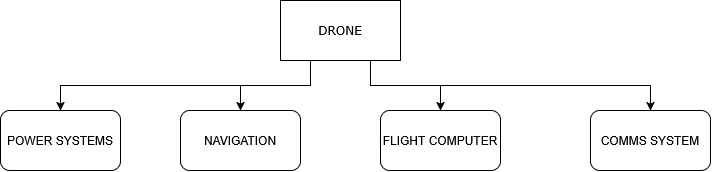
Before: Drone.drawio.png, a diagram exported from draw.io (usenyilmaz/slave-labor). Source tidied: cells renumbered, new cells last; positions are measured from the earlier drawing's top-left corner, leaving out a move shared by most shapes. Its diagram source:
```xml
<mxGraphModel>
  <root>
    <mxCell id="0" />
    <mxCell id="1" parent="0" />
    <mxCell id="2" style="edgeStyle=orthogonalEdgeStyle;rounded=0;jettySize=auto;html=1;exitX=0;exitY=1;exitDx=0;exitDy=0;entryX=0.5;entryY=0;entryDx=0;entryDy=0;" parent="1" edge="1" source="6" target="7">
      <mxGeometry relative="1" as="geometry">
        <Array as="points">
          <mxPoint x="310" y="60" />
          <mxPoint x="310" y="85" />
          <mxPoint x="60" y="85" />
        </Array>
      </mxGeometry>
    </mxCell>
    <mxCell id="3" style="edgeStyle=orthogonalEdgeStyle;rounded=0;jettySize=auto;html=1;exitX=0.25;exitY=1;exitDx=0;exitDy=0;entryX=0.5;entryY=0;entryDx=0;entryDy=0;" parent="1" edge="1" source="6" target="8">
      <mxGeometry relative="1" as="geometry" />
    </mxCell>
    <mxCell id="4" style="edgeStyle=orthogonalEdgeStyle;rounded=0;jettySize=auto;html=1;exitX=0.75;exitY=1;exitDx=0;exitDy=0;entryX=0.5;entryY=0;entryDx=0;entryDy=0;" parent="1" edge="1" source="6" target="9">
      <mxGeometry relative="1" as="geometry" />
    </mxCell>
    <mxCell id="5" style="edgeStyle=orthogonalEdgeStyle;rounded=0;jettySize=auto;html=1;exitX=1;exitY=1;exitDx=0;exitDy=0;" parent="1" edge="1" source="6" target="10">
      <mxGeometry relative="1" as="geometry">
        <Array as="points">
          <mxPoint x="370" y="60" />
          <mxPoint x="370" y="85" />
          <mxPoint x="650" y="85" />
        </Array>
      </mxGeometry>
    </mxCell>
    <mxCell id="6" value="&lt;font face=&quot;Verdana&quot;&gt;DRONE&lt;/font&gt;" style="rounded=0;whiteSpace=wrap;html=1;" parent="1" vertex="1">
      <mxGeometry x="280" width="120" height="60" as="geometry" />
    </mxCell>
    <mxCell id="7" value="POWER SYSTEMS" style="rounded=1;whiteSpace=wrap;html=1;" parent="1" vertex="1">
      <mxGeometry y="110" width="120" height="60" as="geometry" />
    </mxCell>
    <mxCell id="8" value="NAVIGATION" style="rounded=1;whiteSpace=wrap;html=1;" parent="1" vertex="1">
      <mxGeometry x="180" y="110" width="120" height="60" as="geometry" />
    </mxCell>
    <mxCell id="9" value="FLIGHT COMPUTER" style="rounded=1;whiteSpace=wrap;html=1;" parent="1" vertex="1">
      <mxGeometry x="380" y="110" width="120" height="60" as="geometry" />
    </mxCell>
    <mxCell id="10" value="COMMS SYSTEM" style="rounded=1;whiteSpace=wrap;html=1;" parent="1" vertex="1">
      <mxGeometry x="590" y="110" width="120" height="60" as="geometry" />
    </mxCell>
  </root>
</mxGraphModel>
```
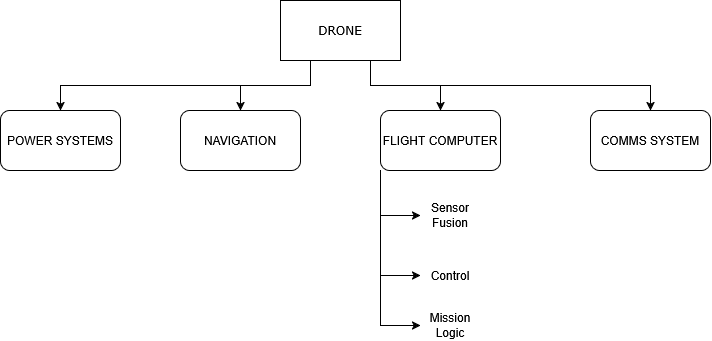
Later version of the same file.

Diff of the diagram source:
```diff
@@ -35,11 +35,29 @@
     <mxCell id="8" value="NAVIGATION" style="rounded=1;whiteSpace=wrap;html=1;" parent="1" vertex="1">
       <mxGeometry x="180" y="110" width="120" height="60" as="geometry" />
     </mxCell>
+    <mxCell id="11" style="edgeStyle=orthogonalEdgeStyle;rounded=0;jettySize=auto;html=1;exitX=0;exitY=1;exitDx=0;exitDy=0;entryX=0;entryY=0.5;entryDx=0;entryDy=0;" parent="1" edge="1" source="9" target="14">
+      <mxGeometry relative="1" as="geometry" />
+    </mxCell>
+    <mxCell id="12" style="edgeStyle=orthogonalEdgeStyle;rounded=0;jettySize=auto;html=1;exitX=0;exitY=1;exitDx=0;exitDy=0;entryX=0;entryY=0.5;entryDx=0;entryDy=0;" parent="1" edge="1" source="9" target="15">
+      <mxGeometry relative="1" as="geometry" />
+    </mxCell>
+    <mxCell id="13" style="edgeStyle=orthogonalEdgeStyle;rounded=0;jettySize=auto;html=1;exitX=0;exitY=1;exitDx=0;exitDy=0;entryX=0;entryY=0.5;entryDx=0;entryDy=0;" parent="1" edge="1" source="9" target="16">
+      <mxGeometry relative="1" as="geometry" />
+    </mxCell>
     <mxCell id="9" value="FLIGHT COMPUTER" style="rounded=1;whiteSpace=wrap;html=1;" parent="1" vertex="1">
       <mxGeometry x="380" y="110" width="120" height="60" as="geometry" />
     </mxCell>
     <mxCell id="10" value="COMMS SYSTEM" style="rounded=1;whiteSpace=wrap;html=1;" parent="1" vertex="1">
       <mxGeometry x="590" y="110" width="120" height="60" as="geometry" />
     </mxCell>
+    <mxCell id="14" value="&lt;div&gt;Sensor Fusion&lt;/div&gt;" style="text;html=1;whiteSpace=wrap;strokeColor=none;fillColor=none;align=center;verticalAlign=middle;rounded=0;" parent="1" vertex="1">
+      <mxGeometry x="420" y="200" width="60" height="30" as="geometry" />
+    </mxCell>
+    <mxCell id="15" value="Control" style="text;html=1;whiteSpace=wrap;strokeColor=none;fillColor=none;align=center;verticalAlign=middle;rounded=0;" parent="1" vertex="1">
+      <mxGeometry x="420" y="260" width="60" height="30" as="geometry" />
+    </mxCell>
+    <mxCell id="16" value="&lt;div&gt;Mission Logic&lt;/div&gt;" style="text;html=1;whiteSpace=wrap;strokeColor=none;fillColor=none;align=center;verticalAlign=middle;rounded=0;" parent="1" vertex="1">
+      <mxGeometry x="420" y="310" width="60" height="30" as="geometry" />
+    </mxCell>
   </root>
 </mxGraphModel>
```
